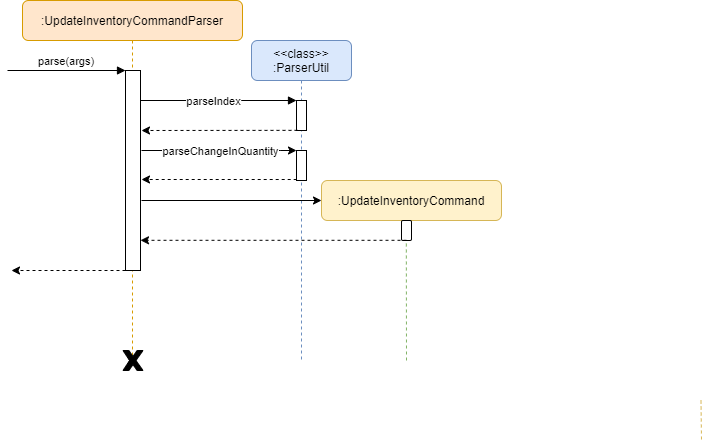
This is docs/images/UpdateInventoryCommandSequenceDiagram.png from nus-cs2103-AY2021S1/tp, a draw.io export, as it was before one commit. Source tidied: cells renumbered, new cells last; positions are measured from the earlier drawing's top-left corner, leaving out a move shared by most shapes.
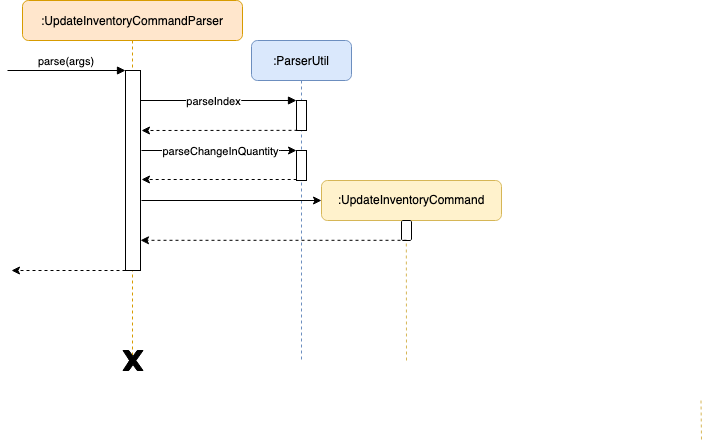
After the commit.

Change to the diagram source:
```diff
@@ -13,7 +13,7 @@
         <mxPoint x="-15" y="70" as="sourcePoint" />
       </mxGeometry>
     </mxCell>
-    <mxCell id="5" value="&lt;&lt;class&gt;&gt;&#10;:ParserUtil" style="shape=umlLifeline;perimeter=lifelinePerimeter;rounded=1;shadow=0;strokeWidth=1;size=40;fillColor=#dae8fc;strokeColor=#6c8ebf;" parent="1" vertex="1">
+    <mxCell id="5" value=":ParserUtil" style="shape=umlLifeline;perimeter=lifelinePerimeter;rounded=1;shadow=0;strokeWidth=1;size=40;fillColor=#dae8fc;strokeColor=#6c8ebf;" parent="1" vertex="1">
       <mxGeometry x="244" y="40" width="100" height="320" as="geometry" />
     </mxCell>
     <mxCell id="6" style="points=[];perimeter=orthogonalPerimeter;rounded=0;shadow=0;strokeWidth=1;" parent="5" vertex="1">
@@ -57,7 +57,7 @@
         <mxPoint x="134" y="179" as="targetPoint" />
       </mxGeometry>
     </mxCell>
-    <mxCell id="14" style="endArrow=none;dashed=1;html=1;strokeColor=#82b366;entryX=0.48;entryY=1.01;entryDx=0;entryDy=0;entryPerimeter=0;fillColor=#d5e8d4;" parent="1" edge="1">
+    <mxCell id="14" style="endArrow=none;dashed=1;html=1;strokeColor=#d6b656;entryX=0.48;entryY=1.01;entryDx=0;entryDy=0;entryPerimeter=0;fillColor=#fff2cc;" parent="1" edge="1">
       <mxGeometry relative="1" as="geometry">
         <mxPoint x="399" y="360" as="sourcePoint" />
         <mxPoint x="398.8" y="230.2" as="targetPoint" />
```
